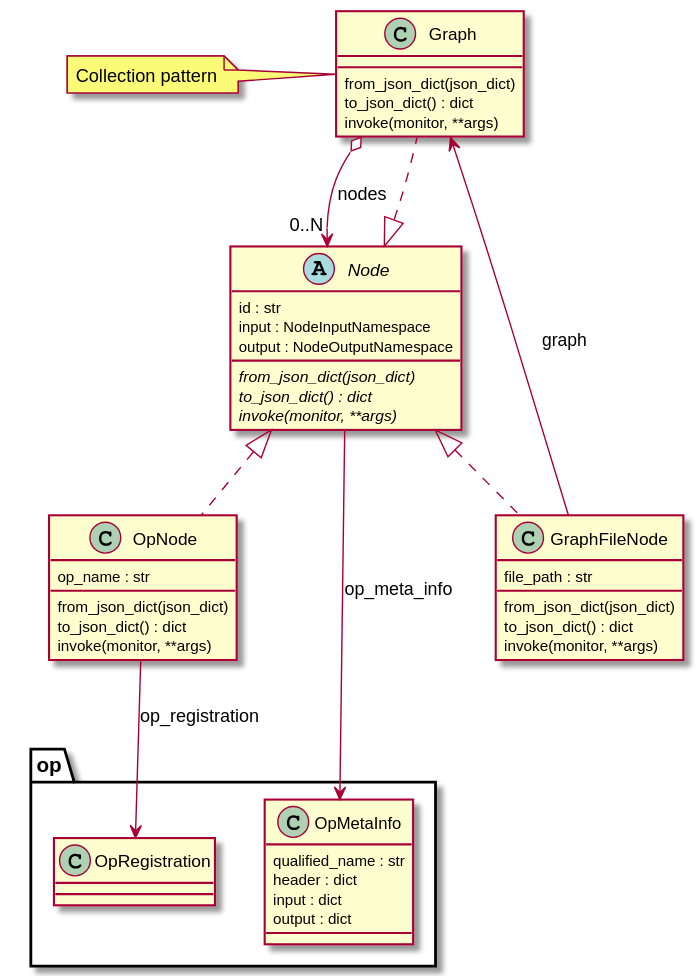
Earlier version of the PlantUML export doc/source/_static/uml/graph.svg (CCI-Tools/cate). Its source is kept beside it as doc/source/uml/graph.puml.
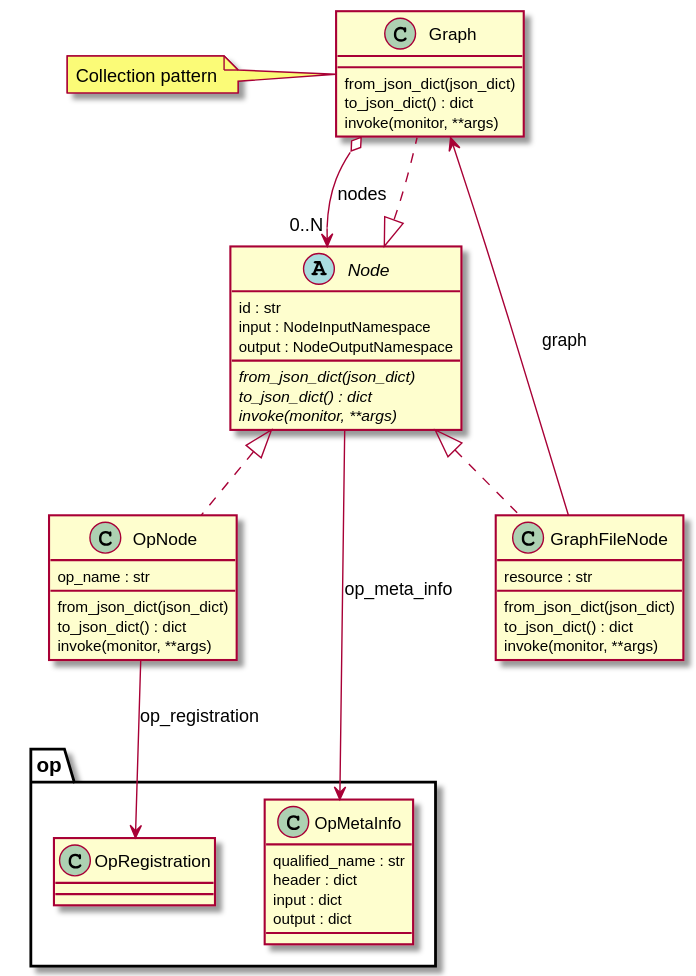
Above is the later version.

Commit message:
GraphFileNode --> GraphNode, made "parameter" sourtce type for graphs implicit

The edit, as a diff of the source:
```diff
@@ -15,8 +15,8 @@
     invoke(monitor, **args)
 }
 
-class GraphFileNode implements Node {
-    file_path : str
+class GraphNode implements Node {
+    resource : str
     from_json_dict(json_dict)
     to_json_dict() : dict
     invoke(monitor, **args)
@@ -36,7 +36,7 @@
     output : dict
 }
 
-GraphFileNode --> Graph: graph
+GraphNode --> Graph: graph
 OpNode --> op.OpRegistration : op_registration
 Node --> op.OpMetaInfo: op_meta_info
 Graph o--> "0..N" Node: nodes
```
